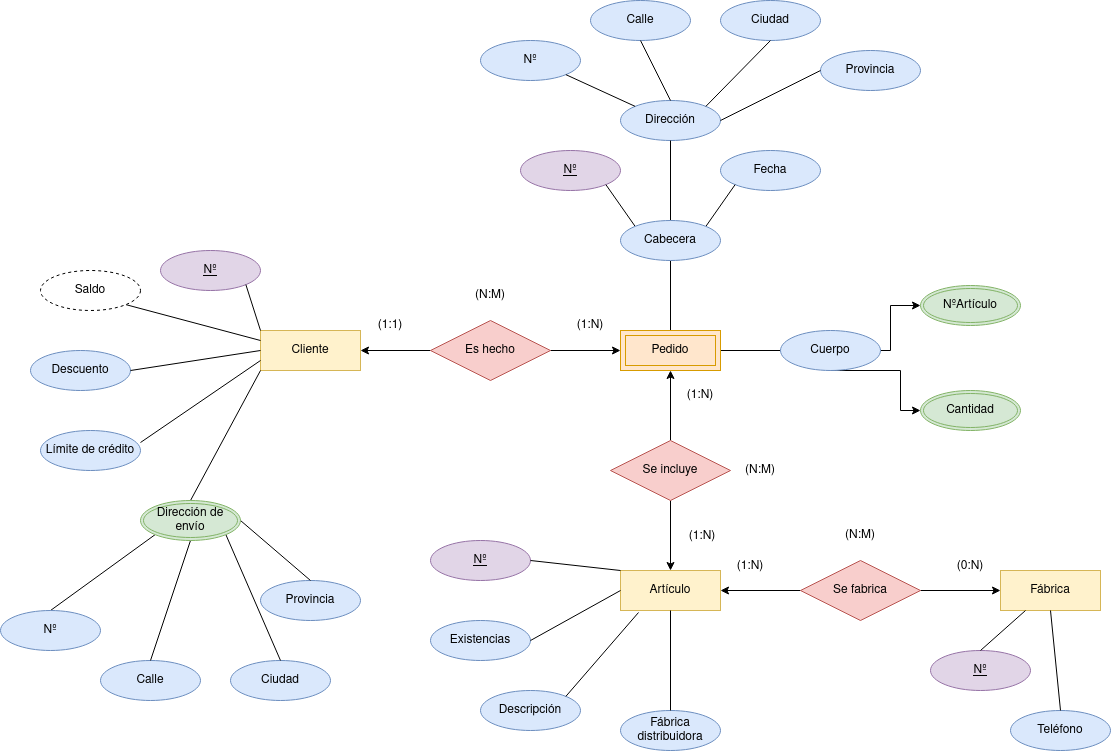
The draw.io diagram TAREAS/Tareas clase/ER/ER.nº3 Sistema de artículos - Encargo.drawio.png in samugd17/base-datos-bae-, before a commit. Source tidied: cells renumbered, new cells last; positions are measured from the earlier drawing's top-left corner, leaving out a move shared by most shapes.
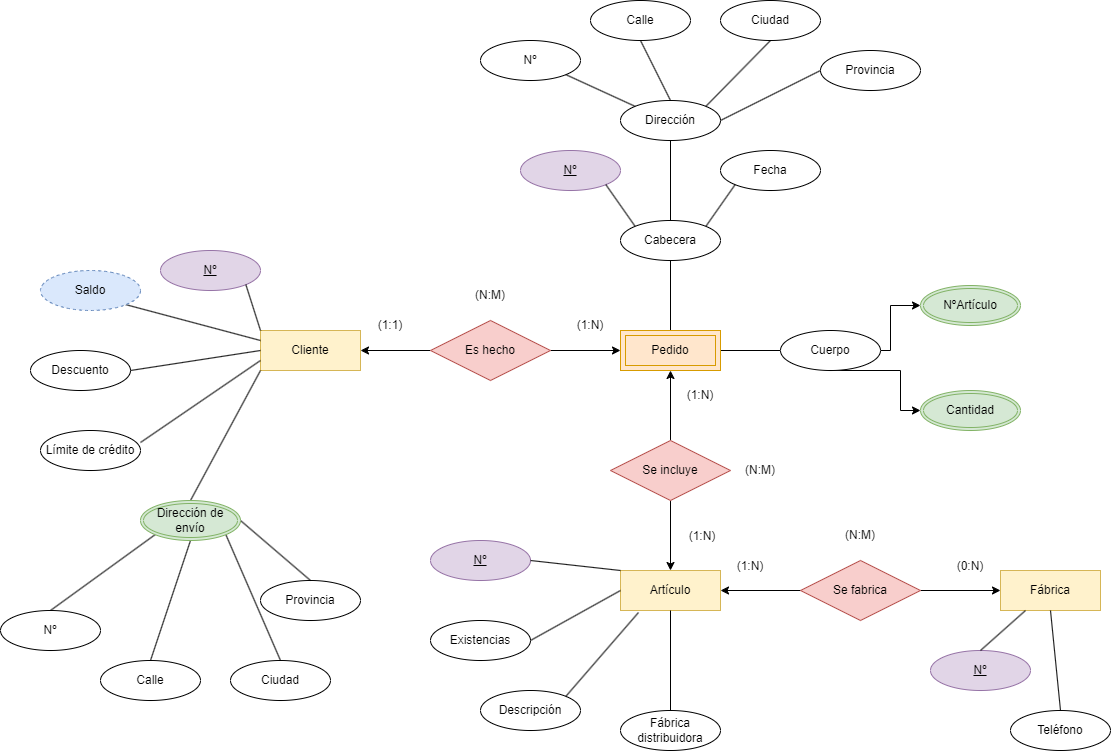
After the change.

The edit, as a diff of the source:
```diff
@@ -68,10 +68,10 @@
     <mxCell id="23" value="(N:M)" style="text;html=1;strokeColor=none;fillColor=none;align=center;verticalAlign=middle;whiteSpace=wrap;rounded=0;" parent="1" vertex="1">
       <mxGeometry x="830" y="520" width="60" height="30" as="geometry" />
     </mxCell>
-    <mxCell id="24" value="Descuento" style="ellipse;whiteSpace=wrap;html=1;align=center;fillColor=#dae8fc;strokeColor=#6c8ebf;" parent="1" vertex="1">
+    <mxCell id="24" value="Descuento" style="ellipse;whiteSpace=wrap;html=1;align=center;" parent="1" vertex="1">
       <mxGeometry x="30" y="350" width="100" height="40" as="geometry" />
     </mxCell>
-    <mxCell id="25" value="Límite de crédito" style="ellipse;whiteSpace=wrap;html=1;align=center;fillColor=#dae8fc;strokeColor=#6c8ebf;" parent="1" vertex="1">
+    <mxCell id="25" value="Límite de crédito" style="ellipse;whiteSpace=wrap;html=1;align=center;" parent="1" vertex="1">
       <mxGeometry x="40" y="430" width="100" height="40" as="geometry" />
     </mxCell>
     <mxCell id="26" style="endArrow=none;html=1;rounded=0;exitX=1;exitY=1;exitDx=0;exitDy=0;entryX=0;entryY=0;entryDx=0;entryDy=0;" parent="1" edge="1" source="14" target="2">
@@ -92,13 +92,13 @@
     <mxCell id="31" value="Nº" style="ellipse;whiteSpace=wrap;html=1;align=center;fontStyle=4;fillColor=#e1d5e7;strokeColor=#9673a6;" parent="1" vertex="1">
       <mxGeometry x="430" y="540" width="100" height="40" as="geometry" />
     </mxCell>
-    <mxCell id="32" value="Existencias" style="ellipse;whiteSpace=wrap;html=1;align=center;fillColor=#dae8fc;strokeColor=#6c8ebf;" parent="1" vertex="1">
+    <mxCell id="32" value="Existencias" style="ellipse;whiteSpace=wrap;html=1;align=center;" parent="1" vertex="1">
       <mxGeometry x="430" y="620" width="100" height="40" as="geometry" />
     </mxCell>
-    <mxCell id="33" value="Fábrica distribuidora" style="ellipse;whiteSpace=wrap;html=1;align=center;fillColor=#dae8fc;strokeColor=#6c8ebf;" parent="1" vertex="1">
+    <mxCell id="33" value="Fábrica distribuidora" style="ellipse;whiteSpace=wrap;html=1;align=center;" parent="1" vertex="1">
       <mxGeometry x="620" y="710" width="100" height="40" as="geometry" />
     </mxCell>
-    <mxCell id="34" value="Descripción" style="ellipse;whiteSpace=wrap;html=1;align=center;fillColor=#dae8fc;strokeColor=#6c8ebf;" parent="1" vertex="1">
+    <mxCell id="34" value="Descripción" style="ellipse;whiteSpace=wrap;html=1;align=center;" parent="1" vertex="1">
       <mxGeometry x="480" y="690" width="100" height="40" as="geometry" />
     </mxCell>
     <mxCell id="35" style="endArrow=none;html=1;rounded=0;entryX=1;entryY=0.5;entryDx=0;entryDy=0;exitX=0;exitY=0.5;exitDx=0;exitDy=0;" parent="1" edge="1" source="3" target="32">
@@ -116,7 +116,7 @@
     <mxCell id="39" value="Nº" style="ellipse;whiteSpace=wrap;html=1;align=center;fontStyle=4;fillColor=#e1d5e7;strokeColor=#9673a6;" parent="1" vertex="1">
       <mxGeometry x="930" y="650" width="100" height="40" as="geometry" />
     </mxCell>
-    <mxCell id="40" value="Teléfono" style="ellipse;whiteSpace=wrap;html=1;align=center;fillColor=#dae8fc;strokeColor=#6c8ebf;" parent="1" vertex="1">
+    <mxCell id="40" value="Teléfono" style="ellipse;whiteSpace=wrap;html=1;align=center;" parent="1" vertex="1">
       <mxGeometry x="1010" y="710" width="100" height="40" as="geometry" />
     </mxCell>
     <mxCell id="41" style="endArrow=none;html=1;rounded=0;entryX=0.25;entryY=1;entryDx=0;entryDy=0;exitX=0.5;exitY=0;exitDx=0;exitDy=0;" parent="1" edge="1" source="39" target="4">
@@ -128,16 +128,16 @@
     <mxCell id="43" style="endArrow=none;html=1;rounded=0;entryX=0.5;entryY=0;entryDx=0;entryDy=0;exitX=0;exitY=1;exitDx=0;exitDy=0;" parent="1" edge="1" source="51" target="47">
       <mxGeometry relative="1" as="geometry" />
     </mxCell>
-    <mxCell id="44" value="Provincia" style="ellipse;whiteSpace=wrap;html=1;align=center;fillColor=#dae8fc;strokeColor=#6c8ebf;" parent="1" vertex="1">
+    <mxCell id="44" value="Provincia" style="ellipse;whiteSpace=wrap;html=1;align=center;" parent="1" vertex="1">
       <mxGeometry x="260" y="580" width="100" height="40" as="geometry" />
     </mxCell>
-    <mxCell id="45" value="Ciudad" style="ellipse;whiteSpace=wrap;html=1;align=center;fillColor=#dae8fc;strokeColor=#6c8ebf;" parent="1" vertex="1">
+    <mxCell id="45" value="Ciudad" style="ellipse;whiteSpace=wrap;html=1;align=center;" parent="1" vertex="1">
       <mxGeometry x="230" y="660" width="100" height="40" as="geometry" />
     </mxCell>
-    <mxCell id="46" value="Calle" style="ellipse;whiteSpace=wrap;html=1;align=center;fillColor=#dae8fc;strokeColor=#6c8ebf;" parent="1" vertex="1">
+    <mxCell id="46" value="Calle" style="ellipse;whiteSpace=wrap;html=1;align=center;" parent="1" vertex="1">
       <mxGeometry x="100" y="660" width="100" height="40" as="geometry" />
     </mxCell>
-    <mxCell id="47" value="Nº" style="ellipse;whiteSpace=wrap;html=1;align=center;fillColor=#dae8fc;strokeColor=#6c8ebf;" parent="1" vertex="1">
+    <mxCell id="47" value="Nº" style="ellipse;whiteSpace=wrap;html=1;align=center;" parent="1" vertex="1">
       <mxGeometry y="610" width="100" height="40" as="geometry" />
     </mxCell>
     <mxCell id="48" style="endArrow=none;html=1;rounded=0;entryX=0.5;entryY=0;entryDx=0;entryDy=0;exitX=0.5;exitY=1;exitDx=0;exitDy=0;" parent="1" edge="1" source="51" target="46">
@@ -158,10 +158,10 @@
     <mxCell id="53" style="endArrow=none;html=1;rounded=0;exitX=0;exitY=0.5;exitDx=0;exitDy=0;entryX=1;entryY=0.5;entryDx=0;entryDy=0;" parent="1" edge="1" source="62" target="66">
       <mxGeometry relative="1" as="geometry" />
     </mxCell>
-    <mxCell id="54" value="Dirección" style="ellipse;whiteSpace=wrap;html=1;align=center;fillColor=#dae8fc;strokeColor=#6c8ebf;" parent="1" vertex="1">
+    <mxCell id="54" value="Dirección" style="ellipse;whiteSpace=wrap;html=1;align=center;" parent="1" vertex="1">
       <mxGeometry x="620" y="100" width="100" height="40" as="geometry" />
     </mxCell>
-    <mxCell id="55" value="Fecha" style="ellipse;whiteSpace=wrap;html=1;align=center;fillColor=#dae8fc;strokeColor=#6c8ebf;" parent="1" vertex="1">
+    <mxCell id="55" value="Fecha" style="ellipse;whiteSpace=wrap;html=1;align=center;" parent="1" vertex="1">
       <mxGeometry x="720" y="150" width="100" height="40" as="geometry" />
     </mxCell>
     <mxCell id="56" style="endArrow=none;html=1;rounded=0;exitX=0;exitY=1;exitDx=0;exitDy=0;entryX=1;entryY=0;entryDx=0;entryDy=0;" parent="1" edge="1" source="55" target="63">
@@ -192,10 +192,10 @@
         </Array>
       </mxGeometry>
     </mxCell>
-    <mxCell id="62" value="Cuerpo" style="ellipse;whiteSpace=wrap;html=1;align=center;fillColor=#dae8fc;strokeColor=#6c8ebf;" parent="1" vertex="1">
+    <mxCell id="62" value="Cuerpo" style="ellipse;whiteSpace=wrap;html=1;align=center;" parent="1" vertex="1">
       <mxGeometry x="780" y="330" width="100" height="40" as="geometry" />
     </mxCell>
-    <mxCell id="63" value="Cabecera" style="ellipse;whiteSpace=wrap;html=1;align=center;fillColor=#dae8fc;strokeColor=#6c8ebf;" parent="1" vertex="1">
+    <mxCell id="63" value="Cabecera" style="ellipse;whiteSpace=wrap;html=1;align=center;" parent="1" vertex="1">
       <mxGeometry x="620" y="220" width="100" height="40" as="geometry" />
     </mxCell>
     <mxCell id="64" value="NºArtículo" style="ellipse;shape=doubleEllipse;margin=3;whiteSpace=wrap;html=1;align=center;fillColor=#d5e8d4;strokeColor=#82b366;" parent="1" vertex="1">
@@ -207,19 +207,19 @@
     <mxCell id="66" value="Pedido" style="shape=ext;margin=3;double=1;whiteSpace=wrap;html=1;align=center;fillColor=#ffe6cc;strokeColor=#d79b00;" parent="1" vertex="1">
       <mxGeometry x="620" y="330" width="100" height="40" as="geometry" />
     </mxCell>
-    <mxCell id="67" value="Saldo" style="ellipse;whiteSpace=wrap;html=1;align=center;dashed=1;" parent="1" vertex="1">
+    <mxCell id="67" value="Saldo" style="ellipse;whiteSpace=wrap;html=1;align=center;dashed=1;fillColor=#dae8fc;strokeColor=#6c8ebf;" parent="1" vertex="1">
       <mxGeometry x="40" y="270" width="100" height="40" as="geometry" />
     </mxCell>
-    <mxCell id="68" value="Provincia" style="ellipse;whiteSpace=wrap;html=1;align=center;fillColor=#dae8fc;strokeColor=#6c8ebf;" parent="1" vertex="1">
+    <mxCell id="68" value="Provincia" style="ellipse;whiteSpace=wrap;html=1;align=center;" parent="1" vertex="1">
       <mxGeometry x="820" y="50" width="100" height="40" as="geometry" />
     </mxCell>
-    <mxCell id="69" value="Ciudad" style="ellipse;whiteSpace=wrap;html=1;align=center;fillColor=#dae8fc;strokeColor=#6c8ebf;" parent="1" vertex="1">
+    <mxCell id="69" value="Ciudad" style="ellipse;whiteSpace=wrap;html=1;align=center;" parent="1" vertex="1">
       <mxGeometry x="720" width="100" height="40" as="geometry" />
     </mxCell>
-    <mxCell id="70" value="Calle" style="ellipse;whiteSpace=wrap;html=1;align=center;fillColor=#dae8fc;strokeColor=#6c8ebf;" parent="1" vertex="1">
+    <mxCell id="70" value="Calle" style="ellipse;whiteSpace=wrap;html=1;align=center;" parent="1" vertex="1">
       <mxGeometry x="590" width="100" height="40" as="geometry" />
     </mxCell>
-    <mxCell id="71" value="Nº" style="ellipse;whiteSpace=wrap;html=1;align=center;fillColor=#dae8fc;strokeColor=#6c8ebf;" parent="1" vertex="1">
+    <mxCell id="71" value="Nº" style="ellipse;whiteSpace=wrap;html=1;align=center;" parent="1" vertex="1">
       <mxGeometry x="480" y="40" width="100" height="40" as="geometry" />
     </mxCell>
     <mxCell id="72" style="endArrow=none;html=1;rounded=0;exitX=0;exitY=0.5;exitDx=0;exitDy=0;entryX=1;entryY=0.5;entryDx=0;entryDy=0;" parent="1" edge="1" source="68" target="54">
```
